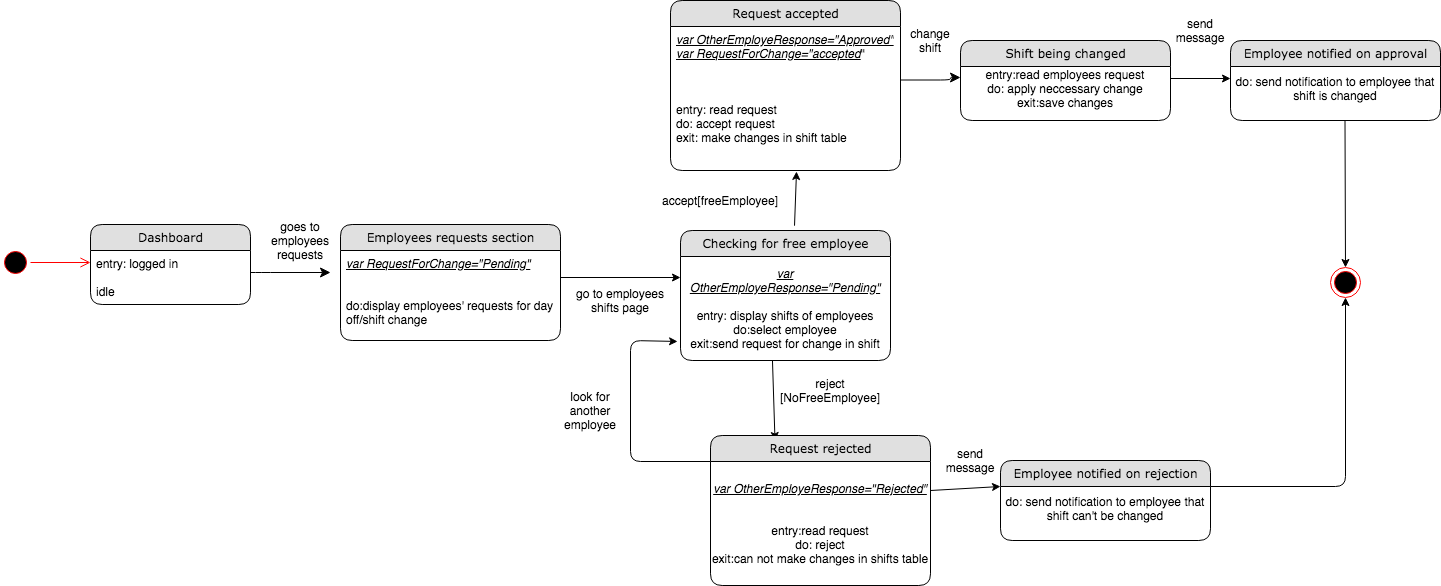
The draw.io diagram Diagrams/State Chart Diagrams FINAL/ST_15_16 Accept,Reject employee request.png in kkasharaj17/SE-project, before a commit. Source tidied: cells renumbered, new cells last; positions are measured from the earlier drawing's top-left corner, leaving out a move shared by most shapes.
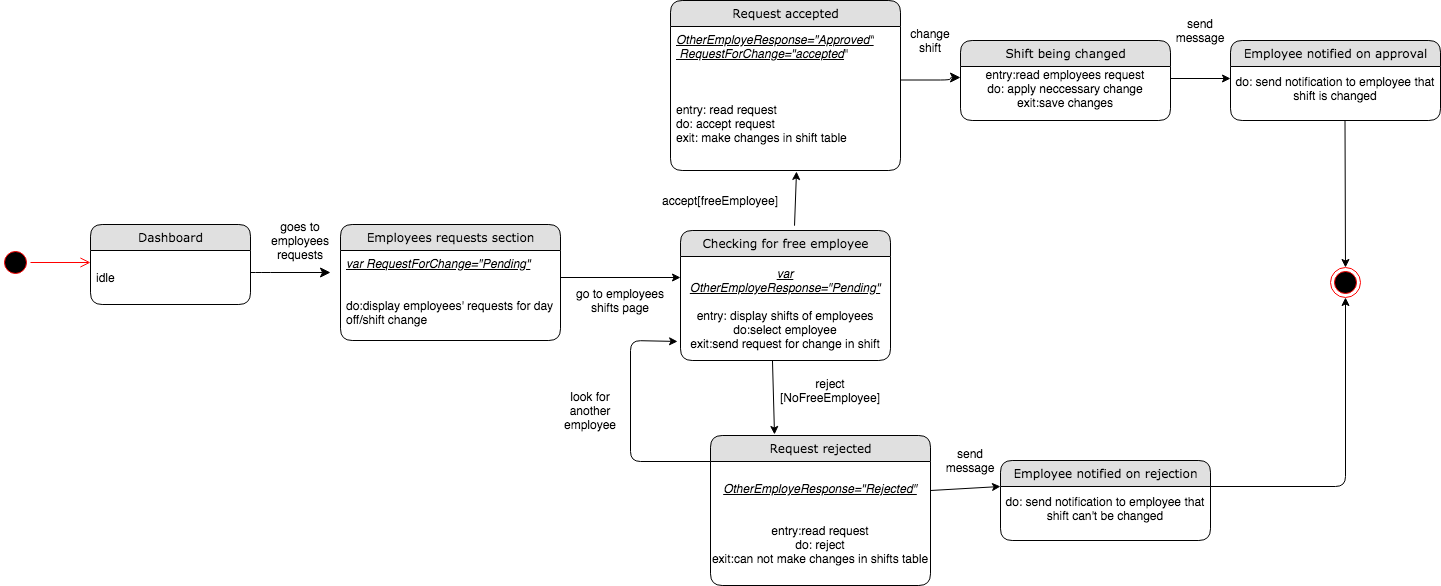
The same file after the commit.

Change to the diagram source:
```diff
@@ -53,7 +53,7 @@
     <mxCell id="13" value="Dashboard" style="swimlane;html=1;fontStyle=0;horizontal=1;startSize=26;fillColor=#e0e0e0;swimlaneFillColor=#ffffff;align=center;rounded=1;shadow=0;comic=0;labelBackgroundColor=none;strokeWidth=1;fontFamily=Verdana;fontSize=12;" parent="1" vertex="1">
       <mxGeometry x="90" y="224" width="160" height="80" as="geometry" />
     </mxCell>
-    <mxCell id="14" value="entry: logged in&lt;br&gt;&lt;br&gt;idle" style="text;html=1;strokeColor=none;fillColor=none;spacingLeft=4;spacingRight=4;whiteSpace=wrap;overflow=hidden;" parent="13" vertex="1">
+    <mxCell id="14" value="&lt;br&gt;idle" style="text;html=1;strokeColor=none;fillColor=none;spacingLeft=4;spacingRight=4;whiteSpace=wrap;overflow=hidden;" parent="13" vertex="1">
       <mxGeometry y="26" width="160" height="54" as="geometry" />
     </mxCell>
     <mxCell id="15" value="Employees requests section" style="swimlane;html=1;fontStyle=0;horizontal=1;startSize=26;fillColor=#e0e0e0;swimlaneFillColor=#ffffff;align=center;rounded=1;shadow=0;comic=0;labelBackgroundColor=none;strokeWidth=1;fontFamily=Verdana;fontSize=12;" parent="1" vertex="1">
@@ -71,13 +71,11 @@
     <mxCell id="19" value="Request accepted" style="swimlane;html=1;fontStyle=0;horizontal=1;startSize=26;fillColor=#e0e0e0;swimlaneFillColor=#ffffff;align=center;rounded=1;shadow=0;comic=0;labelBackgroundColor=none;strokeWidth=1;fontFamily=Verdana;fontSize=12;" parent="1" vertex="1">
       <mxGeometry x="670" width="230" height="170" as="geometry" />
     </mxCell>
-    <mxCell id="20" value="&lt;i&gt;&lt;u&gt;var OtherEmployeResponse=&quot;Approved&quot;&lt;/u&gt;&lt;/i&gt;&lt;i&gt;&lt;u&gt;&lt;br&gt;var RequestForChange=&quot;accepted&lt;/u&gt;&lt;/i&gt;&quot;&lt;br&gt;&lt;br&gt;&lt;br&gt;&lt;br&gt;entry: read request&lt;br&gt;do: accept request&lt;br&gt;exit: make changes in shift table" style="text;html=1;strokeColor=none;fillColor=none;spacingLeft=4;spacingRight=4;whiteSpace=wrap;overflow=hidden;" parent="19" vertex="1">
+    <mxCell id="20" value="&lt;i&gt;&lt;u&gt;OtherEmployeResponse=&quot;Approved&quot;&lt;/u&gt;&lt;/i&gt;&lt;i&gt;&lt;u&gt;&lt;br&gt;&amp;nbsp;RequestForChange=&quot;accepted&lt;/u&gt;&lt;/i&gt;&quot;&lt;br&gt;&lt;br&gt;&lt;br&gt;&lt;br&gt;entry: read request&lt;br&gt;do: accept request&lt;br&gt;exit: make changes in shift table" style="text;html=1;strokeColor=none;fillColor=none;spacingLeft=4;spacingRight=4;whiteSpace=wrap;overflow=hidden;" parent="19" vertex="1">
       <mxGeometry y="26" width="230" height="134" as="geometry" />
     </mxCell>
-    <mxCell id="21" style="endArrow=classic;html=1;exitX=0.438;exitY=1;exitDx=0;exitDy=0;exitPerimeter=0;" parent="1" edge="1" source="18">
-      <mxGeometry relative="1" as="geometry">
-        <mxPoint x="774.5" y="440" as="targetPoint" />
-      </mxGeometry>
+    <mxCell id="21" style="endArrow=classic;html=1;exitX=0.438;exitY=1;exitDx=0;exitDy=0;exitPerimeter=0;entryX=0.291;entryY=-0.007;entryDx=0;entryDy=0;entryPerimeter=0;" parent="1" edge="1" source="18" target="23">
+      <mxGeometry relative="1" as="geometry" />
     </mxCell>
     <mxCell id="22" style="endArrow=classic;html=1;exitX=0.543;exitY=-0.037;exitDx=0;exitDy=0;exitPerimeter=0;" parent="1" edge="1" source="17">
       <mxGeometry relative="1" as="geometry">
@@ -87,7 +85,7 @@
     <mxCell id="23" value="Request rejected" style="swimlane;html=1;fontStyle=0;horizontal=1;startSize=26;fillColor=#e0e0e0;swimlaneFillColor=#ffffff;align=center;rounded=1;shadow=0;comic=0;labelBackgroundColor=none;strokeWidth=1;fontFamily=Verdana;fontSize=12;" parent="1" vertex="1">
       <mxGeometry x="710" y="435" width="220" height="150" as="geometry" />
     </mxCell>
-    <mxCell id="24" value="&lt;i style=&quot;text-align: left&quot;&gt;&lt;u&gt;var OtherEmployeResponse=&quot;Rejected&quot;&lt;br&gt;&lt;/u&gt;&lt;/i&gt;&lt;br&gt;&lt;br&gt;entry:read request&lt;br&gt;do: reject&lt;br&gt;exit:can not make changes in shifts table" style="text;html=1;strokeColor=none;fillColor=none;align=center;verticalAlign=middle;whiteSpace=wrap;rounded=0;" parent="23" vertex="1">
+    <mxCell id="24" value="&lt;i style=&quot;text-align: left&quot;&gt;&lt;u&gt;OtherEmployeResponse=&quot;Rejected&quot;&lt;br&gt;&lt;/u&gt;&lt;/i&gt;&lt;br&gt;&lt;br&gt;entry:read request&lt;br&gt;do: reject&lt;br&gt;exit:can not make changes in shifts table" style="text;html=1;strokeColor=none;fillColor=none;align=center;verticalAlign=middle;whiteSpace=wrap;rounded=0;" parent="23" vertex="1">
       <mxGeometry y="26" width="220" height="124" as="geometry" />
     </mxCell>
     <mxCell id="25" style="endArrow=classic;html=1;exitX=0;exitY=0;exitDx=0;exitDy=0;entryX=-0.014;entryY=0.817;entryDx=0;entryDy=0;entryPerimeter=0;" parent="1" edge="1" source="24" target="18">
```
